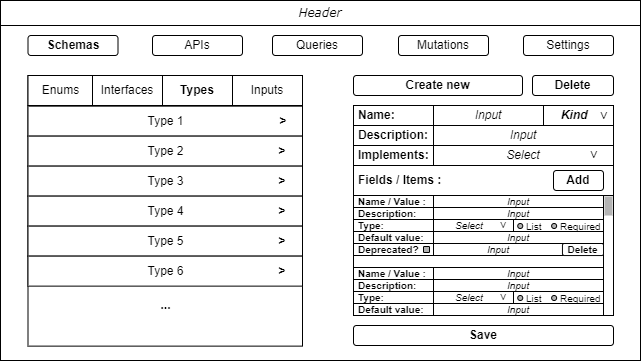
Above: Artefatos/Telas/schemas-panel-wireframe.png in ICEI-PUC-Minas-PPLES-TI/plf-es-2022-1-tcci-5308100-dev-marlon-silva (draw.io), before the change. Source tidied: cells renumbered, new cells last; positions are measured from the earlier drawing's top-left corner, leaving out a move shared by most shapes.
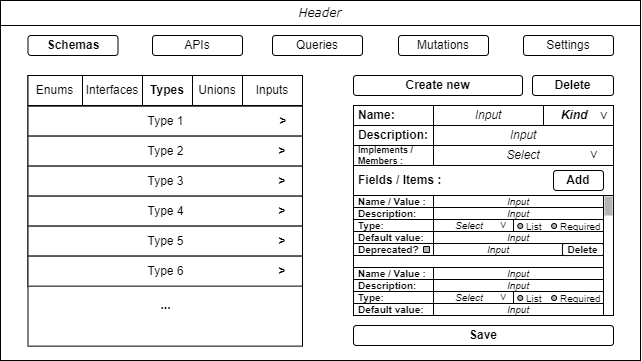
Later version of the same file.

Change to the diagram source:
```diff
@@ -98,7 +98,7 @@
     <mxCell id="33" style="rounded=0;whiteSpace=wrap;html=1;fontFamily=Verdana;labelBackgroundColor=#000000;labelBorderColor=none;fillColor=#B3B3B3;strokeColor=none;" parent="1" vertex="1">
       <mxGeometry x="604" y="196" width="8" height="19" as="geometry" />
     </mxCell>
-    <mxCell id="34" value="&lt;b style=&quot;font-size: 12px;&quot;&gt;&lt;font style=&quot;font-size: 12px;&quot;&gt;Implements:&lt;/font&gt;&lt;/b&gt;" style="rounded=0;whiteSpace=wrap;html=1;align=left;spacingLeft=3;fontSize=12;" parent="1" vertex="1">
+    <mxCell id="34" value="&lt;b style=&quot;line-height: 0.4; font-size: 9px;&quot;&gt;Implements / Members&amp;nbsp;:&lt;/b&gt;" style="rounded=0;whiteSpace=wrap;html=1;align=left;spacingLeft=3;fontSize=9;spacingTop=0;" parent="1" vertex="1">
       <mxGeometry x="353" y="145" width="80" height="20" as="geometry" />
     </mxCell>
     <mxCell id="35" value="&lt;i&gt;Select&lt;/i&gt;" style="rounded=0;whiteSpace=wrap;html=1;" parent="1" vertex="1">
@@ -114,16 +114,16 @@
       <mxGeometry x="27.5" y="75" width="274.5" height="30" as="geometry" />
     </mxCell>
     <mxCell id="39" value="Enums" style="rounded=0;whiteSpace=wrap;html=1;" parent="1" vertex="1">
-      <mxGeometry x="27.5" y="75" width="64.5" height="30" as="geometry" />
+      <mxGeometry x="27.5" y="75" width="54.5" height="30" as="geometry" />
     </mxCell>
     <mxCell id="40" value="Interfaces" style="rounded=0;whiteSpace=wrap;html=1;" parent="1" vertex="1">
-      <mxGeometry x="92" y="75" width="70" height="30" as="geometry" />
+      <mxGeometry x="82" y="75" width="60" height="30" as="geometry" />
     </mxCell>
     <mxCell id="41" value="Types" style="rounded=0;whiteSpace=wrap;html=1;fontStyle=1;" parent="1" vertex="1">
-      <mxGeometry x="162" y="75" width="70" height="30" as="geometry" />
+      <mxGeometry x="142" y="75" width="50" height="30" as="geometry" />
     </mxCell>
     <mxCell id="42" value="Inputs" style="rounded=0;whiteSpace=wrap;html=1;" parent="1" vertex="1">
-      <mxGeometry x="232" y="75" width="70" height="30" as="geometry" />
+      <mxGeometry x="242" y="75" width="60" height="30" as="geometry" />
     </mxCell>
     <mxCell id="43" style="group;" parent="1" vertex="1">
       <mxGeometry x="353" y="195" width="250" height="60" as="geometry" />
@@ -230,5 +230,8 @@
     <mxCell id="77" value="&lt;font face=&quot;Verdana&quot; style=&quot;font-size: 12px;&quot;&gt;&amp;gt;&lt;/font&gt;" style="text;html=1;strokeColor=none;fillColor=none;align=center;verticalAlign=middle;whiteSpace=wrap;rounded=0;fontStyle=0;rotation=90;fontSize=12;" parent="1" vertex="1">
       <mxGeometry x="588.9" y="144.6" width="10.1" height="20.8" as="geometry" />
     </mxCell>
+    <mxCell id="78" value="Unions" style="rounded=0;whiteSpace=wrap;html=1;" parent="1" vertex="1">
+      <mxGeometry x="192" y="75" width="50" height="30" as="geometry" />
+    </mxCell>
   </root>
 </mxGraphModel>
```
